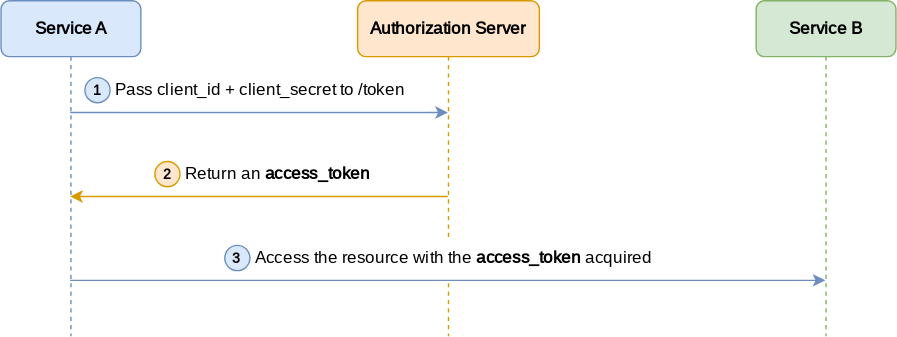
Above: static/client_credentials.svg in rafael2ll/rafael2ll.github.io (draw.io), before the change. Source tidied: cells renumbered, new cells last; positions are measured from the earlier drawing's top-left corner, leaving out a move shared by most shapes.
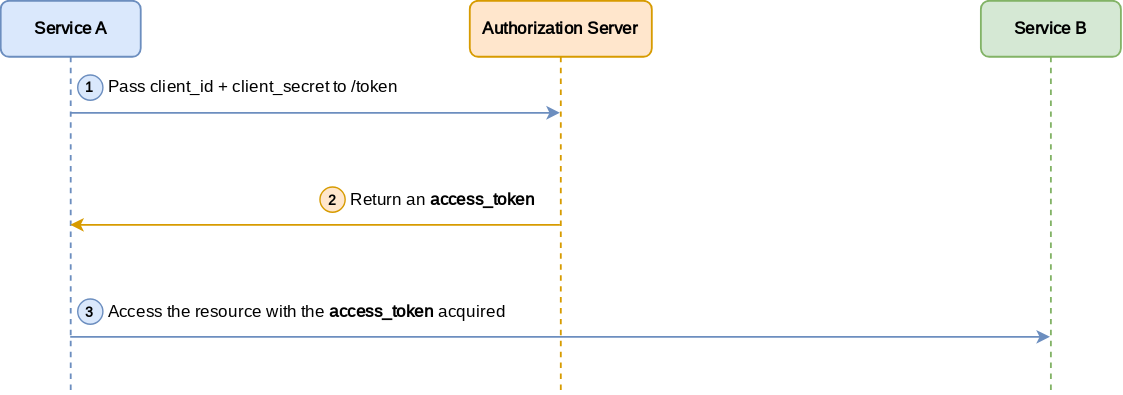
The same diagram one commit later.

What changed in the source:
```diff
@@ -2,42 +2,40 @@
   <root>
     <mxCell id="0" />
     <mxCell id="1" parent="0" />
-    <mxCell id="2" style="edgeStyle=none;html=1;fontFamily=Roboto;fontSource=https%3A%2F%2Ffonts.googleapis.com%2Fcss%3Ffamily%3DRoboto;fillColor=#dae8fc;strokeColor=#6c8ebf;" parent="1" edge="1" source="4" target="6">
+    <mxCell id="2" style="edgeStyle=none;html=1;fontFamily=Roboto;fontSource=https%3A%2F%2Ffonts.googleapis.com%2Fcss%3Ffamily%3DRoboto;fillColor=#dae8fc;strokeColor=#6c8ebf;strokeWidth=1.2;" parent="1" edge="1" source="4" target="6">
       <mxGeometry relative="1" as="geometry">
         <Array as="points">
-          <mxPoint x="200" y="80" />
+          <mxPoint x="185" y="80" />
         </Array>
       </mxGeometry>
     </mxCell>
-    <mxCell id="3" style="edgeStyle=none;html=1;fontSize=10;fillColor=#dae8fc;strokeColor=#6c8ebf;" parent="1" edge="1">
+    <mxCell id="3" style="edgeStyle=none;html=1;fontSize=10;fillColor=#dae8fc;strokeColor=#6c8ebf;strokeWidth=1.2;" parent="1" edge="1" source="4" target="7">
       <mxGeometry relative="1" as="geometry">
-        <mxPoint x="49.5" y="200" as="sourcePoint" />
-        <mxPoint x="589.5" y="200" as="targetPoint" />
         <Array as="points">
-          <mxPoint x="470" y="200" />
+          <mxPoint x="125" y="240" />
+          <mxPoint x="635" y="240" />
         </Array>
       </mxGeometry>
     </mxCell>
-    <mxCell id="4" value="&lt;b&gt;&lt;font face=&quot;Roboto&quot;&gt;Service A&lt;/font&gt;&lt;/b&gt;" style="shape=umlLifeline;perimeter=lifelinePerimeter;whiteSpace=wrap;html=1;outlineConnect=0;rounded=1;fillColor=#dae8fc;strokeColor=#6c8ebf;" parent="1" vertex="1">
-      <mxGeometry width="100" height="240" as="geometry" />
+    <mxCell id="4" value="&lt;b&gt;&lt;font face=&quot;Roboto&quot;&gt;Service A&lt;/font&gt;&lt;/b&gt;" style="shape=umlLifeline;perimeter=lifelinePerimeter;whiteSpace=wrap;html=1;outlineConnect=0;rounded=1;fillColor=#dae8fc;strokeColor=#6c8ebf;strokeWidth=1.3;" parent="1" vertex="1">
+      <mxGeometry x="-15" width="100" height="280" as="geometry" />
     </mxCell>
-    <mxCell id="5" style="edgeStyle=none;html=1;fontSize=10;fillColor=#ffe6cc;strokeColor=#d79b00;" parent="1" edge="1">
+    <mxCell id="5" style="edgeStyle=none;html=1;fontSize=10;fillColor=#ffe6cc;strokeColor=#d79b00;strokeWidth=1.2;" parent="1" edge="1" source="6" target="4">
       <mxGeometry relative="1" as="geometry">
-        <mxPoint x="319.5" y="140" as="sourcePoint" />
-        <mxPoint x="49.5" y="140" as="targetPoint" />
         <Array as="points">
-          <mxPoint x="220" y="140" />
+          <mxPoint x="215" y="160" />
+          <mxPoint x="75" y="160" />
         </Array>
       </mxGeometry>
     </mxCell>
-    <mxCell id="6" value="&lt;b&gt;&lt;font face=&quot;Roboto&quot;&gt;Authorization Server&lt;/font&gt;&lt;/b&gt;" style="shape=umlLifeline;perimeter=lifelinePerimeter;whiteSpace=wrap;html=1;outlineConnect=0;rounded=1;fillColor=#ffe6cc;strokeColor=#d79b00;" parent="1" vertex="1">
-      <mxGeometry x="255" width="130" height="240" as="geometry" />
+    <mxCell id="6" value="&lt;b&gt;&lt;font face=&quot;Roboto&quot;&gt;Authorization Server&lt;/font&gt;&lt;/b&gt;" style="shape=umlLifeline;perimeter=lifelinePerimeter;whiteSpace=wrap;html=1;outlineConnect=0;rounded=1;fillColor=#ffe6cc;strokeColor=#d79b00;strokeWidth=1.3;" parent="1" vertex="1">
+      <mxGeometry x="320" width="130" height="280" as="geometry" />
     </mxCell>
-    <mxCell id="7" value="&lt;b&gt;&lt;font face=&quot;Roboto&quot;&gt;Service B&lt;/font&gt;&lt;/b&gt;" style="shape=umlLifeline;perimeter=lifelinePerimeter;whiteSpace=wrap;html=1;outlineConnect=0;rounded=1;fillColor=#d5e8d4;strokeColor=#82b366;" parent="1" vertex="1">
-      <mxGeometry x="540" width="100" height="240" as="geometry" />
+    <mxCell id="7" value="&lt;b&gt;&lt;font face=&quot;Roboto&quot;&gt;Service B&lt;/font&gt;&lt;/b&gt;" style="shape=umlLifeline;perimeter=lifelinePerimeter;whiteSpace=wrap;html=1;outlineConnect=0;rounded=1;fillColor=#d5e8d4;strokeColor=#82b366;strokeWidth=1.3;" parent="1" vertex="1">
+      <mxGeometry x="685" width="100" height="280" as="geometry" />
     </mxCell>
     <mxCell id="8" style="group;" parent="1" vertex="1">
-      <mxGeometry x="60" y="49" width="250" height="30" as="geometry" />
+      <mxGeometry x="40" y="47" width="250" height="30" as="geometry" />
     </mxCell>
     <mxCell id="9" value="Pass client_id + client_secret to /token" style="text;html=1;align=left;verticalAlign=middle;strokeColor=none;fillColor=default;fontFamily=Roboto;rounded=1;" parent="8" vertex="1">
       <mxGeometry x="20" width="230" height="30" as="geometry" />
@@ -46,7 +44,7 @@
       <mxGeometry y="6" width="18" height="18" as="geometry" />
     </mxCell>
     <mxCell id="11" style="group;" parent="1" vertex="1">
-      <mxGeometry x="110" y="109" width="170" height="30" as="geometry" />
+      <mxGeometry x="213" y="127" width="170" height="30" as="geometry" />
     </mxCell>
     <mxCell id="12" value="Return an &lt;b&gt;access_token&lt;/b&gt;" style="text;html=1;align=left;verticalAlign=middle;strokeColor=none;fillColor=default;fontFamily=Roboto;rounded=1;" parent="11" vertex="1">
       <mxGeometry x="20" width="150" height="30" as="geometry" />
@@ -55,7 +53,7 @@
       <mxGeometry y="6" width="18" height="18" as="geometry" />
     </mxCell>
     <mxCell id="14" style="group;fillColor=none;rounded=1;" parent="1" vertex="1">
-      <mxGeometry x="160" y="169" width="320" height="30" as="geometry" />
+      <mxGeometry x="40" y="207" width="320" height="30" as="geometry" />
     </mxCell>
     <mxCell id="15" value="Access the resource with the &lt;b&gt;access_token&lt;/b&gt; acquired" style="text;html=1;align=left;verticalAlign=middle;strokeColor=none;fillColor=default;fontFamily=Roboto;rounded=1;" parent="14" vertex="1">
       <mxGeometry x="20" width="300" height="30" as="geometry" />
```
